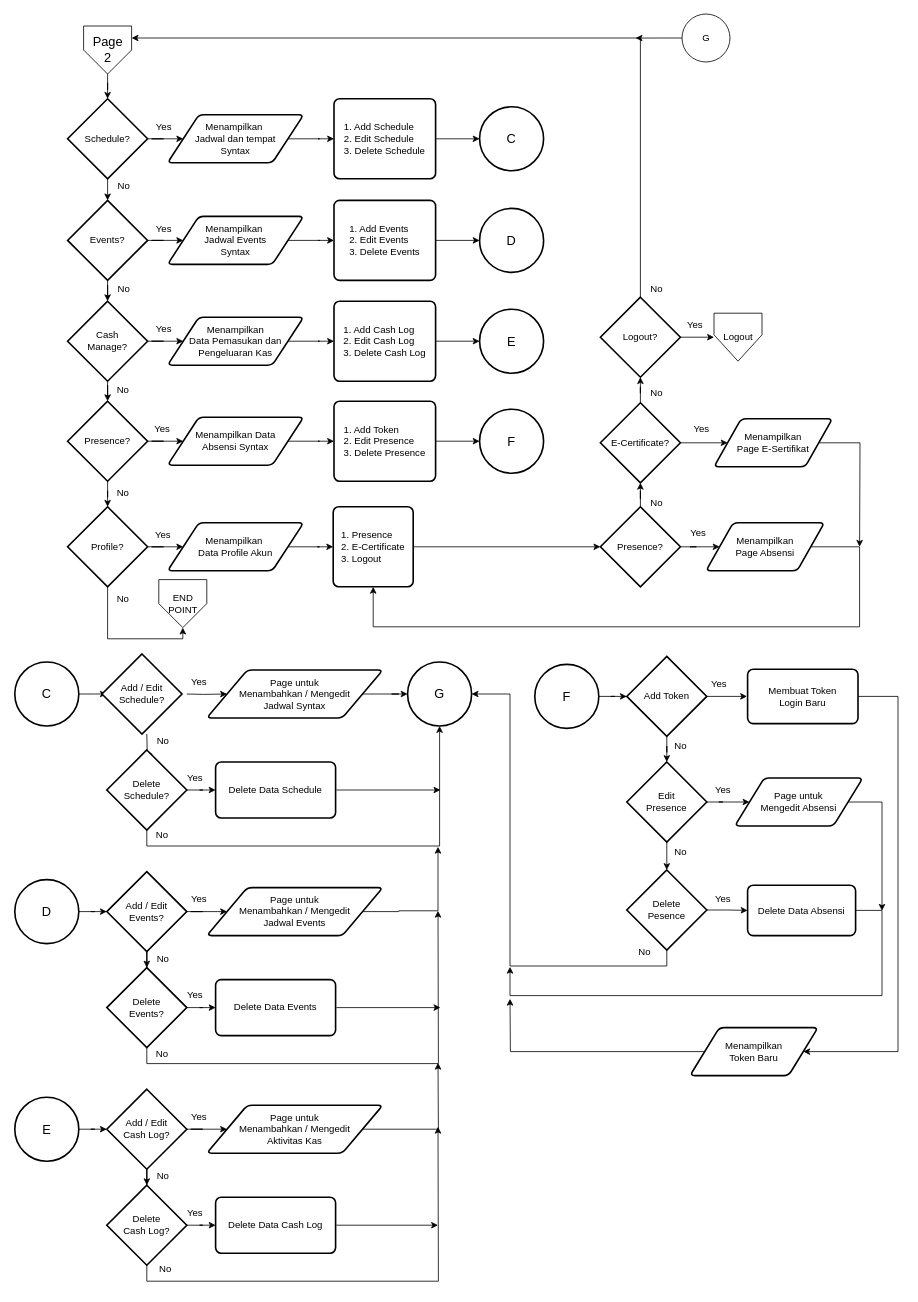
Earlier version of the draw.io diagram PG2.drawio (dapzz-id/DrawIO). Source tidied: cells renumbered, new cells numbered last; positions are measured from the earlier drawing's top-left corner, leaving out a move shared by most shapes. Both pictures are drawn from the tidied source at 80%, with x=0, y=0 at pixel (14, 14).
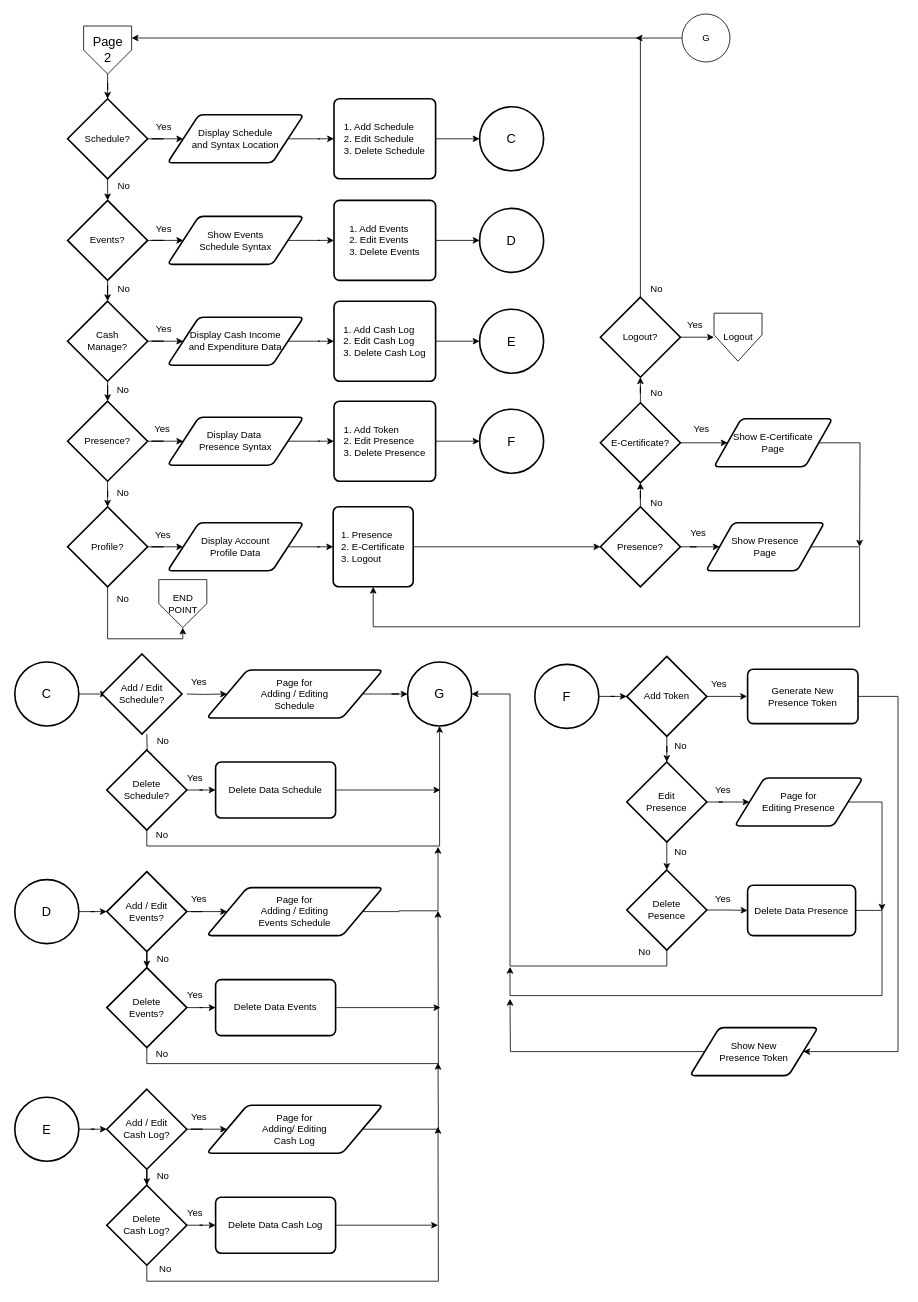
The same diagram, later.

Change to the diagram source:
```diff
@@
-    <mxCell id="12" value="Menampilkan&amp;nbsp;&lt;div&gt;Jadwal dan tempat&lt;div&gt;Syntax&lt;/div&gt;&lt;/div&gt;" style="shape=parallelogram;html=1;strokeWidth=2;perimeter=parallelogramPerimeter;whiteSpace=wrap;rounded=1;arcSize=12;size=0.23;" parent="1" vertex="1">
+    <mxCell id="12" value="Display Schedule&lt;div&gt;and Syntax Location&lt;/div&gt;" style="shape=parallelogram;html=1;strokeWidth=2;perimeter=parallelogramPerimeter;whiteSpace=wrap;rounded=1;arcSize=12;size=0.23;" parent="1" vertex="1">
       <mxGeometry x="191" y="126" width="170" height="60" as="geometry" />
     </mxCell>
@@
-    <mxCell id="14" value="Menampilkan&amp;nbsp;&lt;div&gt;Jadwal Events&lt;div&gt;Syntax&lt;/div&gt;&lt;/div&gt;" style="shape=parallelogram;html=1;strokeWidth=2;perimeter=parallelogramPerimeter;whiteSpace=wrap;rounded=1;arcSize=12;size=0.23;" parent="1" vertex="1">
+    <mxCell id="14" value="Show Events&lt;div&gt;Schedule Syntax&lt;/div&gt;" style="shape=parallelogram;html=1;strokeWidth=2;perimeter=parallelogramPerimeter;whiteSpace=wrap;rounded=1;arcSize=12;size=0.23;" parent="1" vertex="1">
       <mxGeometry x="191" y="253" width="170" height="60" as="geometry" />
     </mxCell>
@@
-    <mxCell id="22" value="Menampilkan&lt;div&gt;Data Pemasukan dan&lt;/div&gt;&lt;div&gt;Pengeluaran Kas&lt;/div&gt;" style="shape=parallelogram;html=1;strokeWidth=2;perimeter=parallelogramPerimeter;whiteSpace=wrap;rounded=1;arcSize=12;size=0.23;" parent="1" vertex="1">
+    <mxCell id="22" value="Display Cash Income&lt;div&gt;and Expenditure Data&lt;br&gt;&lt;/div&gt;" style="shape=parallelogram;html=1;strokeWidth=2;perimeter=parallelogramPerimeter;whiteSpace=wrap;rounded=1;arcSize=12;size=0.23;" parent="1" vertex="1">
       <mxGeometry x="191" y="379" width="170" height="60" as="geometry" />
     </mxCell>
@@
-    <mxCell id="34" value="Menampilkan Data&lt;div&gt;&lt;span style=&quot;background-color: initial;&quot;&gt;Absensi Syntax&lt;/span&gt;&lt;/div&gt;" style="shape=parallelogram;html=1;strokeWidth=2;perimeter=parallelogramPerimeter;whiteSpace=wrap;rounded=1;arcSize=12;size=0.23;" parent="1" vertex="1">
+    <mxCell id="34" value="Display Data&amp;nbsp;&lt;div&gt;Presence Syntax&lt;br&gt;&lt;/div&gt;" style="shape=parallelogram;html=1;strokeWidth=2;perimeter=parallelogramPerimeter;whiteSpace=wrap;rounded=1;arcSize=12;size=0.23;" parent="1" vertex="1">
       <mxGeometry x="191" y="504" width="170" height="60" as="geometry" />
     </mxCell>
@@
-    <mxCell id="41" value="Menampilkan&amp;nbsp;&lt;div&gt;Data Profile Akun&lt;/div&gt;" style="shape=parallelogram;html=1;strokeWidth=2;perimeter=parallelogramPerimeter;whiteSpace=wrap;rounded=1;arcSize=12;size=0.23;" parent="1" vertex="1">
+    <mxCell id="41" value="Display Account&lt;div&gt;Profile Data&lt;/div&gt;" style="shape=parallelogram;html=1;strokeWidth=2;perimeter=parallelogramPerimeter;whiteSpace=wrap;rounded=1;arcSize=12;size=0.23;" parent="1" vertex="1">
       <mxGeometry x="191" y="636" width="170" height="60" as="geometry" />
     </mxCell>
@@
-    <mxCell id="48" value="Menampilkan&lt;div&gt;Page Absensi&lt;/div&gt;" style="shape=parallelogram;html=1;strokeWidth=2;perimeter=parallelogramPerimeter;whiteSpace=wrap;rounded=1;arcSize=12;size=0.23;" parent="1" vertex="1">
+    <mxCell id="48" value="Show Presence&lt;div&gt;Page&lt;/div&gt;" style="shape=parallelogram;html=1;strokeWidth=2;perimeter=parallelogramPerimeter;whiteSpace=wrap;rounded=1;arcSize=12;size=0.23;" parent="1" vertex="1">
       <mxGeometry x="864" y="636" width="148" height="60" as="geometry" />
     </mxCell>
@@
-    <mxCell id="53" value="Menampilkan&lt;div&gt;Page E-Sertifikat&lt;/div&gt;" style="shape=parallelogram;html=1;strokeWidth=2;perimeter=parallelogramPerimeter;whiteSpace=wrap;rounded=1;arcSize=12;size=0.23;" parent="1" vertex="1">
+    <mxCell id="53" value="Show E-Certificate&lt;div&gt;Page&lt;/div&gt;" style="shape=parallelogram;html=1;strokeWidth=2;perimeter=parallelogramPerimeter;whiteSpace=wrap;rounded=1;arcSize=12;size=0.23;" parent="1" vertex="1">
       <mxGeometry x="874" y="506" width="148" height="60" as="geometry" />
     </mxCell>
@@
-    <mxCell id="74" value="Page untuk&lt;div&gt;Menambahkan / Mengedit&lt;/div&gt;&lt;div&gt;Jadwal Syntax&lt;/div&gt;" style="shape=parallelogram;html=1;strokeWidth=2;perimeter=parallelogramPerimeter;whiteSpace=wrap;rounded=1;arcSize=12;size=0.23;" parent="1" vertex="1">
+    <mxCell id="74" value="&lt;div&gt;Page for&lt;/div&gt;&lt;div&gt;Adding / Editing&lt;/div&gt;&lt;div&gt;Schedule&lt;/div&gt;" style="shape=parallelogram;html=1;strokeWidth=2;perimeter=parallelogramPerimeter;whiteSpace=wrap;rounded=1;arcSize=12;size=0.23;" parent="1" vertex="1">
       <mxGeometry x="240" y="820" width="220" height="60" as="geometry" />
     </mxCell>
@@
-    <mxCell id="93" value="Page untuk&lt;div&gt;Menambahkan / Mengedit&lt;/div&gt;&lt;div&gt;Jadwal Events&lt;/div&gt;" style="shape=parallelogram;html=1;strokeWidth=2;perimeter=parallelogramPerimeter;whiteSpace=wrap;rounded=1;arcSize=12;size=0.23;" parent="1" vertex="1">
+    <mxCell id="93" value="Page for&lt;div&gt;Adding / Editing&lt;/div&gt;&lt;div&gt;Events Schedule&lt;/div&gt;" style="shape=parallelogram;html=1;strokeWidth=2;perimeter=parallelogramPerimeter;whiteSpace=wrap;rounded=1;arcSize=12;size=0.23;" parent="1" vertex="1">
       <mxGeometry x="240" y="1092" width="220" height="60" as="geometry" />
     </mxCell>
@@
-    <mxCell id="109" value="Page untuk&lt;div&gt;Menambahkan / Mengedit&lt;/div&gt;&lt;div&gt;Aktivitas Kas&lt;/div&gt;" style="shape=parallelogram;html=1;strokeWidth=2;perimeter=parallelogramPerimeter;whiteSpace=wrap;rounded=1;arcSize=12;size=0.23;" parent="1" vertex="1">
+    <mxCell id="109" value="Page for&lt;div&gt;Adding/ Editing&lt;/div&gt;&lt;div&gt;Cash Log&lt;/div&gt;" style="shape=parallelogram;html=1;strokeWidth=2;perimeter=parallelogramPerimeter;whiteSpace=wrap;rounded=1;arcSize=12;size=0.23;" parent="1" vertex="1">
       <mxGeometry x="240" y="1364" width="220" height="60" as="geometry" />
     </mxCell>
@@
-    <mxCell id="129" value="Delete Data Absensi" style="rounded=1;whiteSpace=wrap;html=1;absoluteArcSize=1;arcSize=14;strokeWidth=2;" parent="1" vertex="1">
+    <mxCell id="129" value="Delete Data Presence" style="rounded=1;whiteSpace=wrap;html=1;absoluteArcSize=1;arcSize=14;strokeWidth=2;" parent="1" vertex="1">
       <mxGeometry x="916" y="1089" width="135" height="63" as="geometry" />
     </mxCell>
@@
-    <mxCell id="132" value="Membuat Token&lt;div&gt;Login Baru&lt;/div&gt;" style="rounded=1;whiteSpace=wrap;html=1;absoluteArcSize=1;arcSize=14;strokeWidth=2;" parent="1" vertex="1">
+    <mxCell id="132" value="Generate New&lt;div&gt;Presence Token&lt;/div&gt;" style="rounded=1;whiteSpace=wrap;html=1;absoluteArcSize=1;arcSize=14;strokeWidth=2;" parent="1" vertex="1">
       <mxGeometry x="916" y="819" width="138" height="68" as="geometry" />
     </mxCell>
@@
-    <mxCell id="136" value="Page untuk&lt;div&gt;&lt;span style=&quot;background-color: initial;&quot;&gt;Mengedit Absensi&lt;/span&gt;&lt;/div&gt;" style="shape=parallelogram;html=1;strokeWidth=2;perimeter=parallelogramPerimeter;whiteSpace=wrap;rounded=1;arcSize=12;size=0.23;" parent="1" vertex="1">
+    <mxCell id="136" value="Page for&lt;div&gt;Editing Presence&lt;/div&gt;" style="shape=parallelogram;html=1;strokeWidth=2;perimeter=parallelogramPerimeter;whiteSpace=wrap;rounded=1;arcSize=12;size=0.23;" parent="1" vertex="1">
       <mxGeometry x="900" y="955" width="160" height="60" as="geometry" />
     </mxCell>
@@
-    <mxCell id="142" value="Menampilkan&lt;div&gt;Token Baru&lt;/div&gt;" style="shape=parallelogram;html=1;strokeWidth=2;perimeter=parallelogramPerimeter;whiteSpace=wrap;rounded=1;arcSize=12;size=0.23;" parent="1" vertex="1">
+    <mxCell id="142" value="Show New&lt;div&gt;Presence Token&lt;/div&gt;" style="shape=parallelogram;html=1;strokeWidth=2;perimeter=parallelogramPerimeter;whiteSpace=wrap;rounded=1;arcSize=12;size=0.23;" parent="1" vertex="1">
       <mxGeometry x="844" y="1267" width="160" height="60" as="geometry" />
     </mxCell>
```
